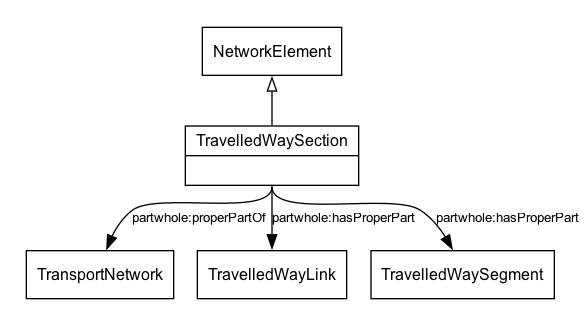
Above: docs/diagrams/TravelledWaySection.png in k-vaughn/5087 (Graphviz), before the change. Its source is kept beside it as docs/diagrams/TravelledWaySection.dot.
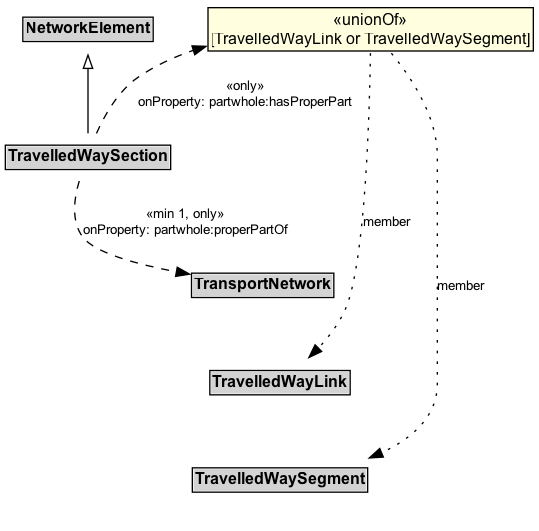
The same file after the commit.

Change to the diagram source:
```diff
@@ -1,23 +1,27 @@
 digraph {
-	graph [overlap=false splines=true]
-	node [fontname=Arial fontsize=12 shape=record]
+	graph [overlap=false rankdir=TB splines=true]
+	node [fontname=Arial fontsize=12 margin=0 shape=none]
 	edge [fontname=Arial fontsize=10]
-	subgraph cluster_main {
-		rankdir=TB style=invis
-		NetworkElement [label=NetworkElement]
-		{
-			rank=max
-			TravelledWaySection [label="{TravelledWaySection|}"]
-		}
-		TravelledWaySection -> NetworkElement [arrowhead=onormal style=solid]
+	NetworkElement [label=<<TABLE BORDER="1" CELLBORDER="0" CELLSPACING="0" CELLPADDING="1"><TR><TD BGCOLOR="lightgray" ALIGN="CENTER"><B>NetworkElement</B></TD></TR></TABLE>> margin=0]
+	{
+		rank=max
+		TravelledWaySection [label=<<TABLE BORDER="1" CELLBORDER="0" CELLSPACING="0" CELLPADDING="1"><TR><TD BGCOLOR="lightgray" ALIGN="CENTER" PORT="e"><B>TravelledWaySection</B></TD></TR></TABLE>> margin=0]
 	}
-	subgraph cluster_others {
-		style=invis
-		TransportNetwork [label=TransportNetwork]
-		TravelledWayLink [label=TravelledWayLink]
-		TravelledWaySegment [label=TravelledWaySegment]
+	subgraph cluster_associated {
+		label="" style=invis
+		Invis [label=<<TABLE BORDER="0" CELLBORDER="0" CELLSPACING="0" CELLPADDING="1"><TR><TD></TD></TR></TABLE>> margin=0 style=invis]
+		TransportNetwork [label=<<TABLE BORDER="1" CELLBORDER="0" CELLSPACING="0" CELLPADDING="1"><TR><TD BGCOLOR="lightgray" ALIGN="CENTER"><B>TransportNetwork</B></TD></TR></TABLE>> margin=0]
+		TravelledWayLink [label=<<TABLE BORDER="1" CELLBORDER="0" CELLSPACING="0" CELLPADDING="1"><TR><TD BGCOLOR="lightgray" ALIGN="CENTER"><B>TravelledWayLink</B></TD></TR></TABLE>> margin=0]
+		TravelledWaySegment [label=<<TABLE BORDER="1" CELLBORDER="0" CELLSPACING="0" CELLPADDING="1"><TR><TD BGCOLOR="lightgray" ALIGN="CENTER"><B>TravelledWaySegment</B></TD></TR></TABLE>> margin=0]
 	}
-	TravelledWaySection:s -> TravelledWayLink [label="partwhole:hasProperPart"]
-	TravelledWaySection:s -> TravelledWaySegment [label="partwhole:hasProperPart"]
-	TravelledWaySection:s -> TransportNetwork [label="partwhole:properPartOf"]
+	TravelledWaySection -> NetworkElement [arrowhead=onormal style=solid]
+	TravelledWaySection -> Invis [style=invis]
+	Invis -> TransportNetwork [style=invis]
+	TransportNetwork -> TravelledWayLink [style=invis]
+	TravelledWayLink -> TravelledWaySegment [style=invis]
+	Union_partwhole_hasProperPart [label=<<TABLE BORDER="1" CELLBORDER="0" CELLSPACING="0" CELLPADDING="1" BGCOLOR="lightyellow"><TR><TD ALIGN="CENTER">«unionOf»<BR/>[TravelledWayLink or TravelledWaySegment]</TD></TR></TABLE>> margin=0]
+	Union_partwhole_hasProperPart -> TravelledWayLink [label=member arrowhead=normal style=dotted]
+	Union_partwhole_hasProperPart -> TravelledWaySegment [label=member arrowhead=normal style=dotted]
+	TravelledWaySection -> Union_partwhole_hasProperPart [label="«only»\nonProperty: partwhole:hasProperPart" arrowhead=normal style=dashed]
+	TravelledWaySection -> TransportNetwork [label="«min 1, only»\nonProperty: partwhole:properPartOf" arrowhead=normal style=dashed]
 }
```
